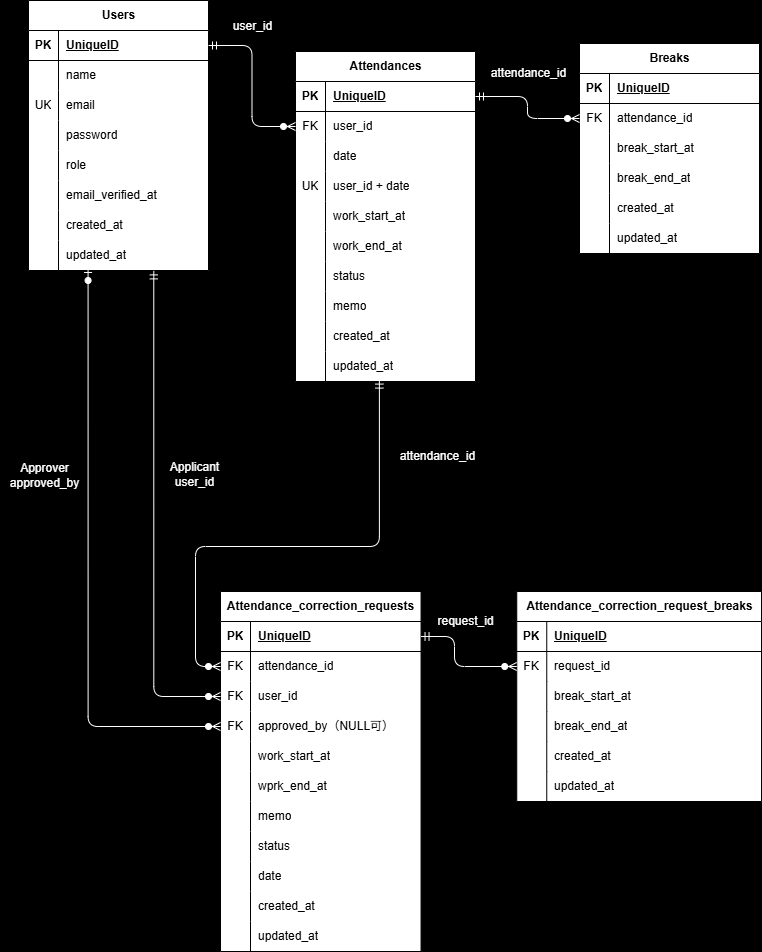
Above: index.drawio.png in lesser-fam/Mock-case2 (draw.io), before the change. Source tidied: cells renumbered, new cells last; positions are measured from the earlier drawing's top-left corner, leaving out a move shared by most shapes.
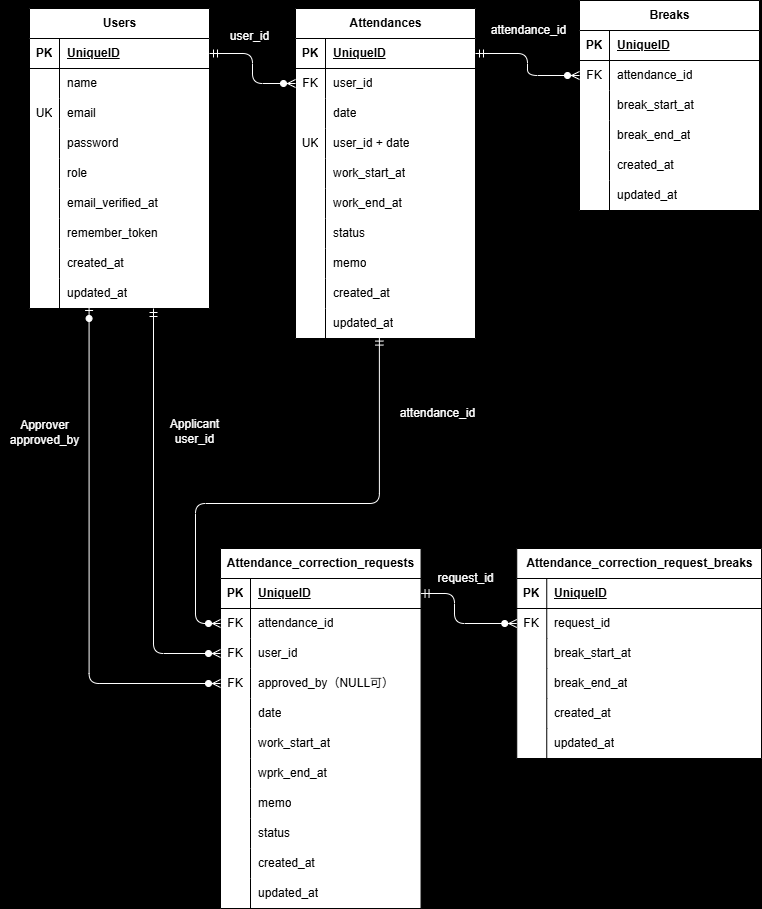
The same file after the commit.

The edit, as a diff of the source:
```diff
@@ -3,7 +3,7 @@
     <mxCell id="0" />
     <mxCell id="1" parent="0" />
     <mxCell id="2" value="Users" style="shape=table;startSize=30;rowLines=0;fontStyle=1;align=center;html=1;swimlaneFillColor=default;" parent="1" vertex="1">
-      <mxGeometry x="28" width="180" height="270" as="geometry" />
+      <mxGeometry x="29" y="51" width="180" height="300" as="geometry" />
     </mxCell>
     <mxCell id="3" style="shape=tableRow;horizontal=0;startSize=0;swimlaneHead=0;swimlaneBody=0;fillColor=none;points=[[0,0.5],[1,0.5]];portConstraint=eastwest;top=0;left=0;right=0;bottom=1;" parent="2" vertex="1">
       <mxGeometry y="30" width="180" height="30" as="geometry" />
@@ -59,8 +59,17 @@
     <mxCell id="20" value="email_verified_at" style="shape=partialRectangle;fillColor=none;top=0;left=0;bottom=0;right=0;align=left;spacingLeft=6;overflow=hidden;whiteSpace=wrap;html=1;" parent="18" vertex="1">
       <mxGeometry x="30" width="150" height="30" as="geometry" />
     </mxCell>
+    <mxCell id="142" style="shape=tableRow;horizontal=0;startSize=0;swimlaneHead=0;swimlaneBody=0;fillColor=none;top=0;left=0;right=0;bottom=0;" parent="2" vertex="1">
+      <mxGeometry y="210" width="180" height="30" as="geometry" />
+    </mxCell>
+    <mxCell id="143" style="shape=partialRectangle;fillColor=none;top=0;left=0;bottom=0;right=0;overflow=hidden;whiteSpace=wrap;html=1;" parent="142" vertex="1">
+      <mxGeometry width="30" height="30" as="geometry" />
+    </mxCell>
+    <mxCell id="144" value="remember_token" style="shape=partialRectangle;fillColor=none;top=0;left=0;bottom=0;right=0;align=left;spacingLeft=6;overflow=hidden;whiteSpace=wrap;html=1;" parent="142" vertex="1">
+      <mxGeometry x="30" width="150" height="30" as="geometry" />
+    </mxCell>
     <mxCell id="21" style="shape=tableRow;horizontal=0;startSize=0;swimlaneHead=0;swimlaneBody=0;fillColor=none;top=0;left=0;right=0;bottom=0;" parent="2" vertex="1">
-      <mxGeometry y="210" width="180" height="30" as="geometry" />
+      <mxGeometry y="240" width="180" height="30" as="geometry" />
     </mxCell>
     <mxCell id="22" style="shape=partialRectangle;fillColor=none;top=0;left=0;bottom=0;right=0;overflow=hidden;whiteSpace=wrap;html=1;" parent="21" vertex="1">
       <mxGeometry width="30" height="30" as="geometry" />
@@ -69,7 +78,7 @@
       <mxGeometry x="30" width="150" height="30" as="geometry" />
     </mxCell>
     <mxCell id="24" style="shape=tableRow;horizontal=0;startSize=0;swimlaneHead=0;swimlaneBody=0;fillColor=none;points=[[0,0.5],[1,0.5]];portConstraint=eastwest;top=0;left=0;right=0;bottom=0;" parent="2" vertex="1">
-      <mxGeometry y="240" width="180" height="30" as="geometry" />
+      <mxGeometry y="270" width="180" height="30" as="geometry" />
     </mxCell>
     <mxCell id="25" style="shape=partialRectangle;fillColor=none;top=0;left=0;bottom=0;right=0;overflow=hidden;whiteSpace=wrap;html=1;" parent="24" vertex="1">
       <mxGeometry width="30" height="30" as="geometry" />
@@ -266,8 +275,17 @@
     <mxCell id="89" value="approved_by（NULL可）" style="shape=partialRectangle;fillColor=none;top=0;left=0;bottom=0;right=0;align=left;spacingLeft=6;overflow=hidden;whiteSpace=wrap;html=1;" parent="87" vertex="1">
       <mxGeometry x="30" width="170.5" height="30" as="geometry" />
     </mxCell>
+    <mxCell id="145" style="shape=tableRow;horizontal=0;startSize=0;swimlaneHead=0;swimlaneBody=0;fillColor=none;top=0;left=0;right=0;bottom=0;" parent="77" vertex="1">
+      <mxGeometry y="150" width="200.5" height="30" as="geometry" />
+    </mxCell>
+    <mxCell id="146" style="shape=partialRectangle;fillColor=none;top=0;left=0;bottom=0;right=0;overflow=hidden;whiteSpace=wrap;html=1;" parent="145" vertex="1">
+      <mxGeometry width="30" height="30" as="geometry" />
+    </mxCell>
+    <mxCell id="104" value="date" style="shape=partialRectangle;fillColor=none;top=0;left=0;bottom=0;right=0;align=left;spacingLeft=6;overflow=hidden;whiteSpace=wrap;html=1;" parent="145" vertex="1">
+      <mxGeometry x="30" width="170.5" height="30" as="geometry" />
+    </mxCell>
     <mxCell id="90" style="shape=tableRow;horizontal=0;startSize=0;swimlaneHead=0;swimlaneBody=0;fillColor=none;top=0;left=0;right=0;bottom=0;" parent="77" vertex="1">
-      <mxGeometry y="150" width="200.5" height="30" as="geometry" />
+      <mxGeometry y="180" width="200.5" height="30" as="geometry" />
     </mxCell>
     <mxCell id="91" style="shape=partialRectangle;fillColor=none;top=0;left=0;bottom=0;right=0;overflow=hidden;whiteSpace=wrap;html=1;" parent="90" vertex="1">
       <mxGeometry width="30" height="30" as="geometry" />
@@ -276,7 +294,7 @@
       <mxGeometry x="30" width="170.5" height="30" as="geometry" />
     </mxCell>
     <mxCell id="93" style="shape=tableRow;horizontal=0;startSize=0;swimlaneHead=0;swimlaneBody=0;fillColor=none;top=0;left=0;right=0;bottom=0;" parent="77" vertex="1">
-      <mxGeometry y="180" width="200.5" height="30" as="geometry" />
+      <mxGeometry y="210" width="200.5" height="30" as="geometry" />
     </mxCell>
     <mxCell id="94" style="shape=partialRectangle;fillColor=none;top=0;left=0;bottom=0;right=0;overflow=hidden;whiteSpace=wrap;html=1;" parent="93" vertex="1">
       <mxGeometry width="30" height="30" as="geometry" />
@@ -285,7 +303,7 @@
       <mxGeometry x="30" width="170.5" height="30" as="geometry" />
     </mxCell>
     <mxCell id="96" style="shape=tableRow;horizontal=0;startSize=0;swimlaneHead=0;swimlaneBody=0;fillColor=none;top=0;left=0;right=0;bottom=0;" parent="77" vertex="1">
-      <mxGeometry y="210" width="200.5" height="30" as="geometry" />
+      <mxGeometry y="240" width="200.5" height="30" as="geometry" />
     </mxCell>
     <mxCell id="97" style="shape=partialRectangle;fillColor=none;top=0;left=0;bottom=0;right=0;overflow=hidden;whiteSpace=wrap;html=1;" parent="96" vertex="1">
       <mxGeometry width="30" height="30" as="geometry" />
@@ -294,7 +312,7 @@
       <mxGeometry x="30" width="170.5" height="30" as="geometry" />
     </mxCell>
     <mxCell id="99" style="shape=tableRow;horizontal=0;startSize=0;swimlaneHead=0;swimlaneBody=0;fillColor=none;top=0;left=0;right=0;bottom=0;" parent="77" vertex="1">
-      <mxGeometry y="240" width="200.5" height="30" as="geometry" />
+      <mxGeometry y="270" width="200.5" height="30" as="geometry" />
     </mxCell>
     <mxCell id="100" style="shape=partialRectangle;fillColor=none;top=0;left=0;bottom=0;right=0;overflow=hidden;whiteSpace=wrap;html=1;" parent="99" vertex="1">
       <mxGeometry width="30" height="30" as="geometry" />
@@ -302,15 +320,6 @@
     <mxCell id="101" value="status" style="shape=partialRectangle;fillColor=none;top=0;left=0;bottom=0;right=0;align=left;spacingLeft=6;overflow=hidden;whiteSpace=wrap;html=1;" parent="99" vertex="1">
       <mxGeometry x="30" width="170.5" height="30" as="geometry" />
     </mxCell>
-    <mxCell id="102" style="shape=tableRow;horizontal=0;startSize=0;swimlaneHead=0;swimlaneBody=0;fillColor=none;top=0;left=0;right=0;bottom=0;" parent="77" vertex="1">
-      <mxGeometry y="270" width="200.5" height="30" as="geometry" />
-    </mxCell>
-    <mxCell id="103" style="shape=partialRectangle;fillColor=none;top=0;left=0;bottom=0;right=0;overflow=hidden;whiteSpace=wrap;html=1;" parent="102" vertex="1">
-      <mxGeometry width="30" height="30" as="geometry" />
-    </mxCell>
-    <mxCell id="104" value="date" style="shape=partialRectangle;fillColor=none;top=0;left=0;bottom=0;right=0;align=left;spacingLeft=6;overflow=hidden;whiteSpace=wrap;html=1;" parent="102" vertex="1">
-      <mxGeometry x="30" width="170.5" height="30" as="geometry" />
-    </mxCell>
     <mxCell id="105" style="shape=tableRow;horizontal=0;startSize=0;swimlaneHead=0;swimlaneBody=0;fillColor=none;top=0;left=0;right=0;bottom=0;" parent="77" vertex="1">
       <mxGeometry y="300" width="200.5" height="30" as="geometry" />
     </mxCell>
@@ -401,7 +410,7 @@
         </Array>
       </mxGeometry>
     </mxCell>
-    <mxCell id="133" style="edgeStyle=orthogonalEdgeStyle;fontSize=12;html=1;endArrow=ERzeroToMany;startArrow=ERmandOne;entryX=0;entryY=0.5;entryDx=0;entryDy=0;strokeColor=#FFFFFF;exitX=0.696;exitY=1.013;exitDx=0;exitDy=0;exitPerimeter=0;" parent="1" edge="1" source="24" target="84">
+    <mxCell id="133" style="edgeStyle=orthogonalEdgeStyle;fontSize=12;html=1;endArrow=ERzeroToMany;startArrow=ERmandOne;entryX=0;entryY=0.5;entryDx=0;entryDy=0;strokeColor=#FFFFFF;" parent="1" edge="1" source="24" target="84">
       <mxGeometry relative="1" as="geometry">
         <Array as="points">
           <mxPoint x="153" y="696" />
@@ -419,7 +428,7 @@
       <mxGeometry y="454" width="87" height="41" as="geometry" />
     </mxCell>
     <mxCell id="136" value="&lt;div&gt;&lt;font style=&quot;color: rgb(255, 255, 255);&quot;&gt;user_id&lt;/font&gt;&lt;/div&gt;" style="text;html=1;align=center;verticalAlign=middle;strokeColor=none;fillColor=none;" parent="1" vertex="1">
-      <mxGeometry x="223" y="13" width="57" height="26" as="geometry" />
+      <mxGeometry x="220" y="66" width="57" height="26" as="geometry" />
     </mxCell>
     <mxCell id="137" style="edgeStyle=orthogonalEdgeStyle;fontSize=12;html=1;endArrow=ERzeroToMany;startArrow=ERmandOne;entryX=0;entryY=0.5;entryDx=0;entryDy=0;strokeColor=#FFFFFF;exitX=1;exitY=0.5;exitDx=0;exitDy=0;" parent="1" edge="1" source="78" target="115">
       <mxGeometry relative="1" as="geometry">
```
